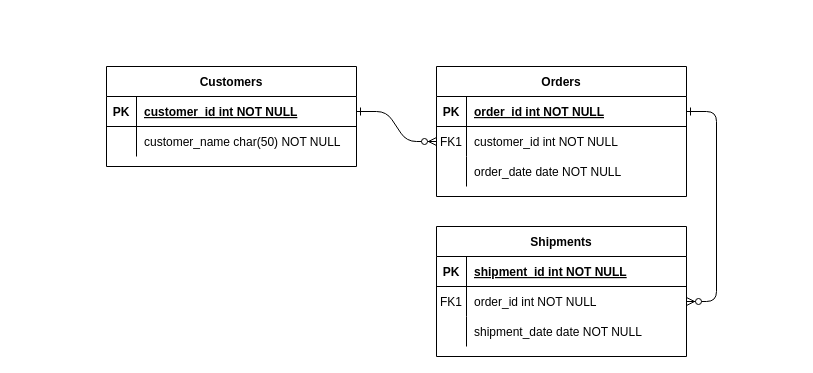
The draw.io diagram Diagrama sem nome.drawio in caioxd/diagrama, before the edit. Source tidied: cells renumbered, new cells numbered last; positions are measured from the earlier drawing's top-left corner, leaving out a move shared by most shapes. Both pictures are drawn from the tidied source at 100%, with x=0, y=0 at pixel (106, 66).
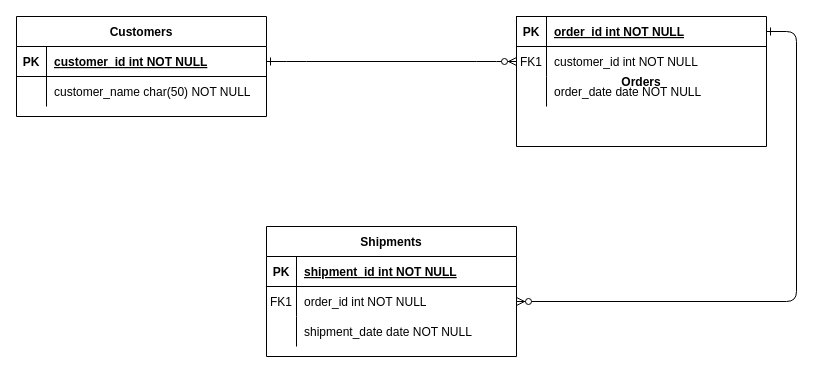
The same diagram, later.

The edit, as a diff of the source:
```diff
@@
-    <mxCell id="4" value="Orders" style="shape=table;startSize=30;childLayout=tableLayout;rowLines=0;fontStyle=1;align=center;" parent="1" vertex="1">
-      <mxGeometry x="330" width="250" height="130" as="geometry" />
+    <mxCell id="4" value="Orders" style="shape=table;startSize=0;childLayout=tableLayout;rowLines=0;fontStyle=1;align=center;" parent="1" vertex="1">
+      <mxGeometry x="410" y="-50" width="250" height="130" as="geometry" />
     </mxCell>
     <mxCell id="5" style="shape=partialRectangle;fillColor=none;points=[[0,0.5],[1,0.5]];portConstraint=eastwest;top=0;left=0;right=0;bottom=1;" parent="4" vertex="1">
-      <mxGeometry y="30" width="250" height="30" as="geometry" />
+      <mxGeometry width="250" height="30" as="geometry" />
     </mxCell>
@@
     <mxCell id="8" style="shape=partialRectangle;fillColor=none;points=[[0,0.5],[1,0.5]];portConstraint=eastwest;top=0;left=0;right=0;bottom=0;" parent="4" vertex="1">
-      <mxGeometry y="60" width="250" height="30" as="geometry" />
+      <mxGeometry y="30" width="250" height="30" as="geometry" />
     </mxCell>
@@
     <mxCell id="11" style="shape=partialRectangle;fillColor=none;top=0;left=0;right=0;bottom=0;" parent="4" vertex="1">
-      <mxGeometry y="90" width="250" height="30" as="geometry" />
+      <mxGeometry y="60" width="250" height="30" as="geometry" />
     </mxCell>
@@
     <mxCell id="14" value="Shipments" style="shape=table;startSize=30;childLayout=tableLayout;rowLines=0;fontStyle=1;align=center;" parent="1" vertex="1">
-      <mxGeometry x="330" y="160" width="250" height="130" as="geometry" />
+      <mxGeometry x="160" y="160" width="250" height="130" as="geometry" />
     </mxCell>
@@
     <mxCell id="24" value="Customers" style="shape=table;startSize=30;childLayout=tableLayout;rowLines=0;fontStyle=1;align=center;" parent="1" vertex="1">
-      <mxGeometry width="250" height="100" as="geometry" />
+      <mxGeometry x="-90" y="-50" width="250" height="100" as="geometry" />
     </mxCell>
```
